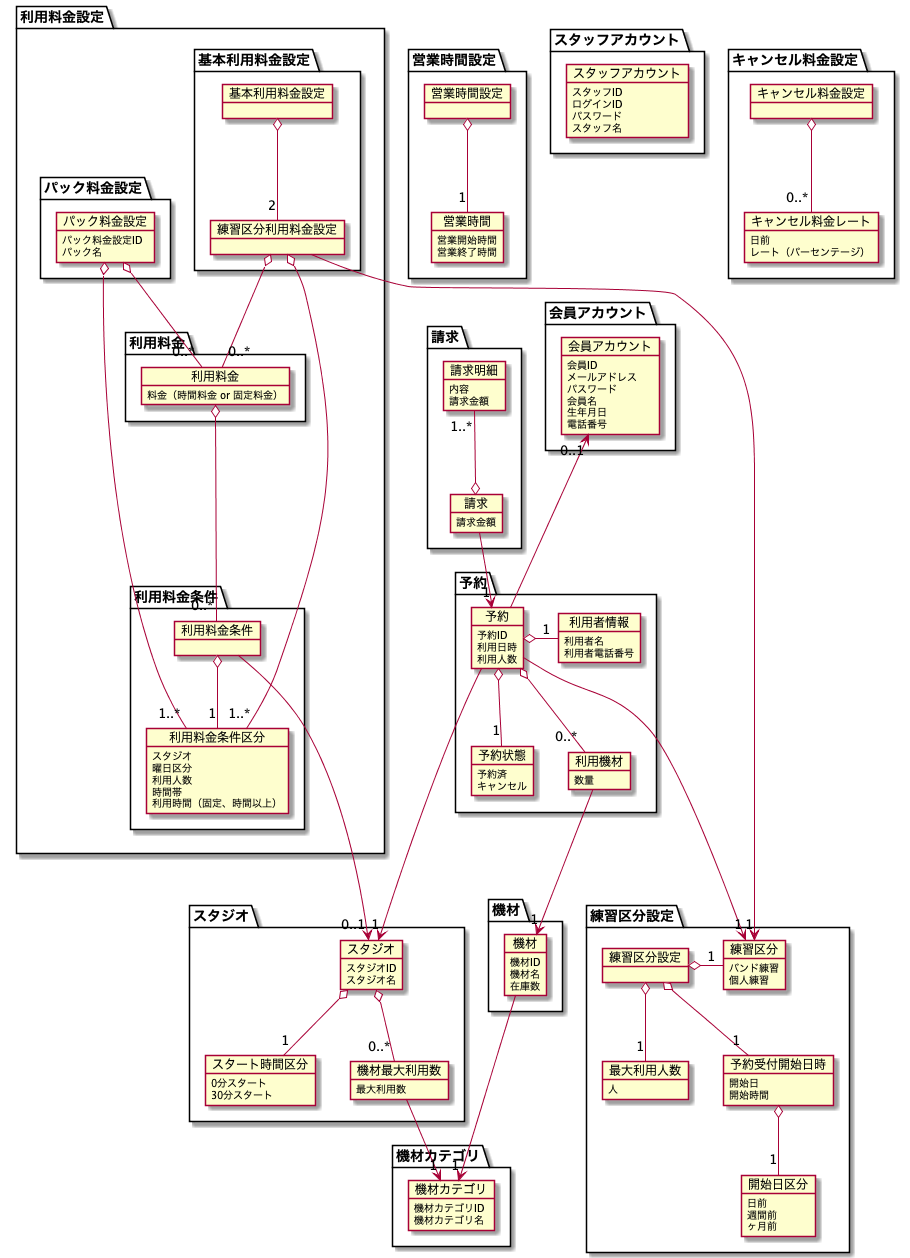
This is modeling/07_DomainModel/DomainModel.png from TakashiOnawa/ddd-practice-studio-reservation, a PlantUML export, as it was before one commit.
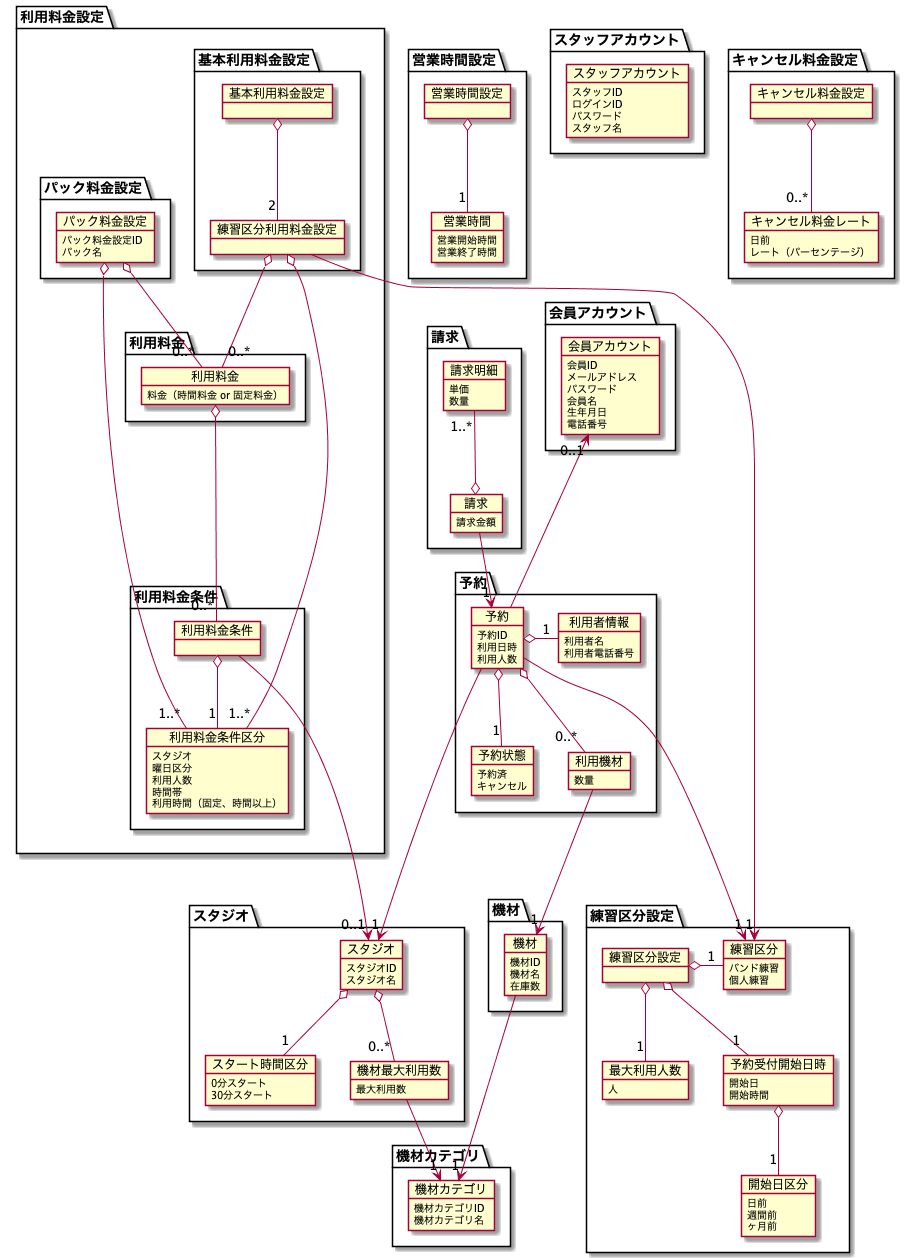
Above is the later version.

What changed in the source:
```diff
@@ -160,8 +160,8 @@
     }
 
     object 請求明細 {
-        内容
-        請求金額
+        単価
+        数量
     }
 }
 
```
